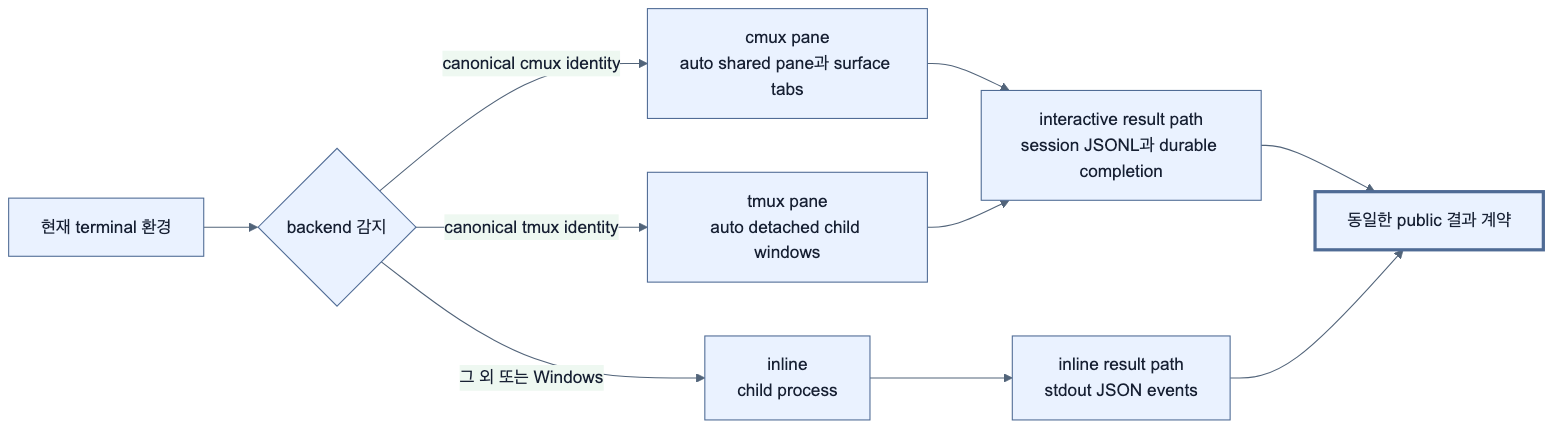
The Mermaid diagram docs/diagram/runtime-execution-modes.png in spi-ca/pi-subagent, before a commit. Its source is kept beside it as docs/diagram/runtime-execution-modes.mmd. Source of this version:
```mermaid
flowchart LR
  E[현재 terminal 환경]
  D{backend 감지}
  I[inline<br/>child process]
  C[cmux pane<br/>auto shared pane과 surface tabs]
  T[tmux pane<br/>auto detached child windows]
  IR[interactive result path<br/>session JSONL과 durable completion]
  IO[inline result path<br/>stdout JSON events]
  R[동일한 public 결과 계약]

  E --> D
  D -->|canonical cmux identity| C
  D -->|canonical tmux identity| T
  D -->|그 외 또는 Windows| I
  C --> IR
  T --> IR
  I --> IO
  IR --> R
  IO --> R

  classDef contract stroke-width:3px
  class R contract
```
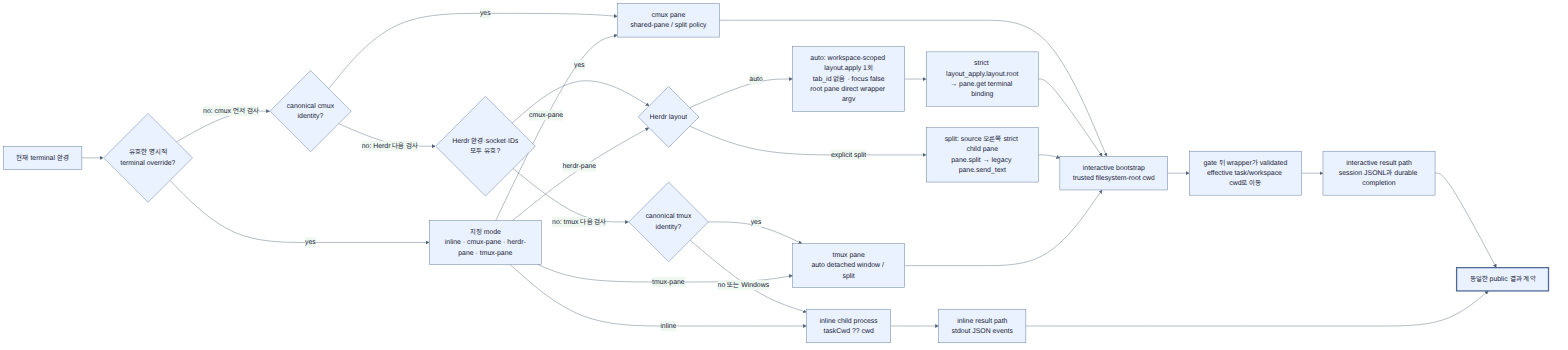
The same diagram one commit later.

The edit, as a diff of the source:
```diff
@@ -1,19 +1,45 @@
 flowchart LR
   E[현재 terminal 환경]
-  D{backend 감지}
-  I[inline<br/>child process]
-  C[cmux pane<br/>auto shared pane과 surface tabs]
-  T[tmux pane<br/>auto detached child windows]
+  O{유효한 명시적<br/>terminal override?}
+  F[지정 mode<br/>inline · cmux-pane · herdr-pane · tmux-pane]
+  C{canonical cmux<br/>identity?}
+  H{Herdr 환경·socket·IDs<br/>모두 유효?}
+  T{canonical tmux<br/>identity?}
+  I[inline child process<br/>taskCwd ?? cwd]
+  CM[cmux pane<br/>shared-pane / split policy]
+  HA{Herdr layout}
+  HT[auto: workspace-scoped layout.apply 1회<br/>tab_id 없음 · focus false<br/>root pane direct wrapper argv]
+  HG[strict layout_apply.layout.root<br/>→ pane.get terminal binding]
+  HS[split: source 오른쪽 strict child pane<br/>pane.split → legacy pane.send_text]
+  TM[tmux pane<br/>auto detached window / split]
+  B[interactive bootstrap<br/>trusted filesystem-root cwd]
+  G[gate 뒤 wrapper가 validated<br/>effective task/workspace cwd로 이동]
   IR[interactive result path<br/>session JSONL과 durable completion]
   IO[inline result path<br/>stdout JSON events]
   R[동일한 public 결과 계약]
 
-  E --> D
-  D -->|canonical cmux identity| C
-  D -->|canonical tmux identity| T
-  D -->|그 외 또는 Windows| I
-  C --> IR
-  T --> IR
+  E --> O
+  O -->|yes| F
+  O -->|no: cmux 먼저 검사| C
+  C -->|yes| CM
+  C -->|no: Herdr 다음 검사| H
+  H -->|yes| HA
+  H -->|no: tmux 다음 검사| T
+  T -->|yes| TM
+  T -->|no 또는 Windows| I
+  HA -->|auto| HT
+  HT --> HG
+  HA -->|explicit split| HS
+  F -->|inline| I
+  F -->|cmux-pane| CM
+  F -->|herdr-pane| HA
+  F -->|tmux-pane| TM
+  CM --> B
+  HG --> B
+  HS --> B
+  TM --> B
+  B --> G
+  G --> IR
   I --> IO
   IR --> R
   IO --> R
```
